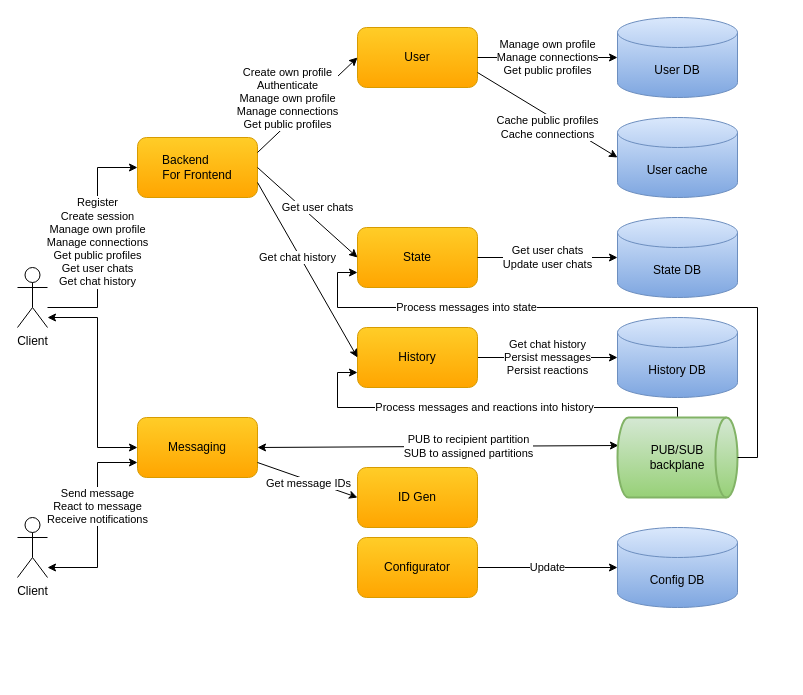
Above: docs/diagrams/cecochat-01-overall.drawio in cvetomir-todorov/CecoChat (draw.io), before the change. Source tidied: cells renumbered, new cells numbered last; positions are measured from the earlier drawing's top-left corner, leaving out a move shared by most shapes. Both pictures are drawn from the tidied source at 100%, with x=0, y=0 at pixel (17, 17).
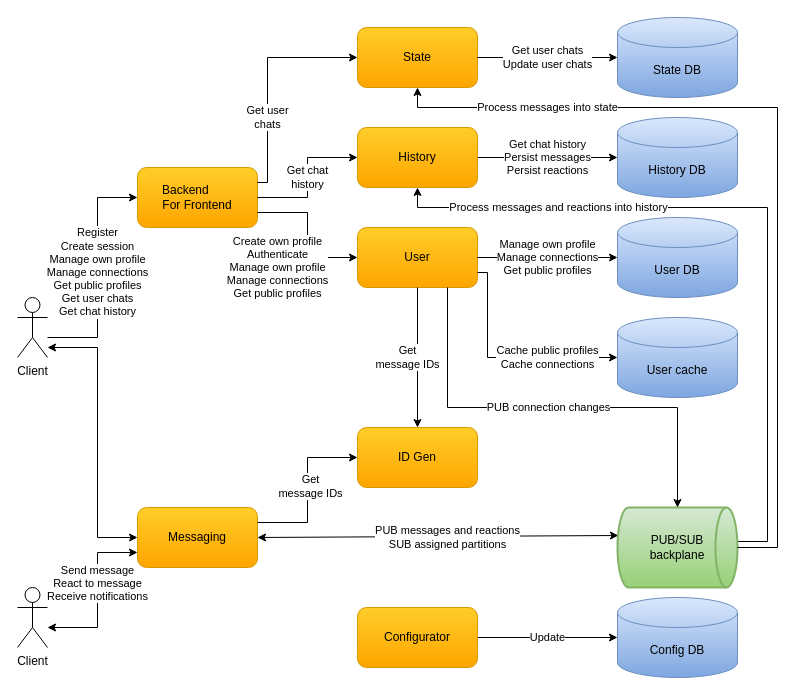
The same diagram, later.

Commit message (it also covers changes not shown here):
Update diagrams and images with the connections invite/approve/cancel/remove feature

Diff of the diagram source:
```diff
@@
     <mxCell id="2" style="edgeStyle=orthogonalEdgeStyle;rounded=0;jettySize=auto;html=1;entryX=0;entryY=0.5;entryDx=0;entryDy=0;startArrow=classic;startFill=1;" parent="1" edge="1" source="4" target="8">
       <mxGeometry relative="1" as="geometry">
         <Array as="points">
-          <mxPoint x="80" y="300" />
-          <mxPoint x="80" y="430" />
+          <mxPoint x="80" y="330" />
+          <mxPoint x="80" y="520" />
         </Array>
       </mxGeometry>
     </mxCell>
     <mxCell id="3" value="Register&lt;br&gt;Create session&lt;br&gt;Manage own&amp;nbsp;profile&lt;br&gt;Manage connections&lt;br&gt;Get public profiles&lt;br style=&quot;border-color: var(--border-color);&quot;&gt;Get user chats&lt;br&gt;Get chat history" style="edgeStyle=orthogonalEdgeStyle;rounded=0;jettySize=auto;html=1;entryX=0;entryY=0.5;entryDx=0;entryDy=0;" parent="1" edge="1" source="4" target="19">
       <mxGeometry relative="1" as="geometry">
         <Array as="points">
-          <mxPoint x="80" y="290" />
-          <mxPoint x="80" y="150" />
+          <mxPoint x="80" y="320" />
+          <mxPoint x="80" y="180" />
         </Array>
       </mxGeometry>
     </mxCell>
     <mxCell id="4" value="Client" style="shape=umlActor;verticalLabelPosition=bottom;verticalAlign=top;html=1;outlineConnect=0;" parent="1" vertex="1">
-      <mxGeometry y="250" width="30" height="60" as="geometry" />
+      <mxGeometry y="280" width="30" height="60" as="geometry" />
     </mxCell>
     <mxCell id="5" value="Send message&lt;br&gt;React to message&lt;br&gt;Receive notifications" style="edgeStyle=orthogonalEdgeStyle;rounded=0;jettySize=auto;html=1;entryX=0;entryY=0.75;entryDx=0;entryDy=0;startArrow=classic;startFill=1;" parent="1" edge="1" source="6" target="8">
       <mxGeometry x="0.14" relative="1" as="geometry">
         <Array as="points">
-          <mxPoint x="80" y="550" />
-          <mxPoint x="80" y="445" />
+          <mxPoint x="80" y="610" />
+          <mxPoint x="80" y="535" />
         </Array>
       </mxGeometry>
     </mxCell>
     <mxCell id="6" value="Client" style="shape=umlActor;verticalLabelPosition=bottom;verticalAlign=top;html=1;outlineConnect=0;" parent="1" vertex="1">
-      <mxGeometry y="500" width="30" height="60" as="geometry" />
+      <mxGeometry y="570" width="30" height="60" as="geometry" />
     </mxCell>
-    <mxCell id="7" value="PUB to recipient partition&lt;br&gt;&lt;div&gt;SUB to assigned partitions&lt;/div&gt;" style="rounded=0;jettySize=auto;html=1;entryX=0.008;entryY=0.35;entryDx=0;entryDy=0;entryPerimeter=0;startArrow=classic;startFill=1;exitX=1;exitY=0.5;exitDx=0;exitDy=0;" parent="1" edge="1" source="8" target="10">
-      <mxGeometry x="0.17" relative="1" as="geometry" />
+    <mxCell id="7" value="PUB messages and reactions&lt;br&gt;&lt;div&gt;SUB assigned partitions&lt;/div&gt;" style="rounded=0;jettySize=auto;html=1;entryX=0.008;entryY=0.35;entryDx=0;entryDy=0;entryPerimeter=0;startArrow=classic;startFill=1;exitX=1;exitY=0.5;exitDx=0;exitDy=0;" parent="1" edge="1" source="8" target="10">
+      <mxGeometry x="0.05" y="-1" relative="1" as="geometry" />
     </mxCell>
     <mxCell id="8" value="&lt;font style=&quot;font-size: 12px&quot;&gt;Messaging&lt;/font&gt;" style="rounded=1;whiteSpace=wrap;html=1;gradientColor=#ffa500;fillColor=#ffcd28;strokeColor=#d79b00;" parent="1" vertex="1">
-      <mxGeometry x="120" y="400" width="120" height="60" as="geometry" />
+      <mxGeometry x="120" y="490" width="120" height="60" as="geometry" />
     </mxCell>
-    <mxCell id="9" value="Process messages and reactions into history" style="edgeStyle=orthogonalEdgeStyle;rounded=0;jettySize=auto;html=1;entryX=0;entryY=0.75;entryDx=0;entryDy=0;exitX=0.5;exitY=0;exitDx=0;exitDy=0;exitPerimeter=0;" parent="1" edge="1" source="10" target="16">
-      <mxGeometry relative="1" as="geometry">
+    <mxCell id="9" value="Process messages and reactions into history" style="edgeStyle=orthogonalEdgeStyle;rounded=0;jettySize=auto;html=1;entryX=0.5;entryY=1;entryDx=0;entryDy=0;" parent="1" edge="1" source="10" target="16">
+      <mxGeometry x="0.56" relative="1" as="geometry">
         <Array as="points">
-          <mxPoint x="660" y="390" />
-          <mxPoint x="320" y="390" />
-          <mxPoint x="320" y="355" />
+          <mxPoint x="750" y="524" />
+          <mxPoint x="750" y="190" />
+          <mxPoint x="400" y="190" />
         </Array>
       </mxGeometry>
     </mxCell>
     <mxCell id="10" value="PUB/SUB&lt;br&gt;backplane" style="strokeWidth=2;html=1;shape=mxgraph.flowchart.direct_data;whiteSpace=wrap;gradientColor=#97d077;fillColor=#d5e8d4;strokeColor=#82b366;" parent="1" vertex="1">
-      <mxGeometry x="600" y="400" width="120" height="80" as="geometry" />
+      <mxGeometry x="600" y="490" width="120" height="80" as="geometry" />
     </mxCell>
     <mxCell id="11" value="History DB" style="shape=cylinder3;whiteSpace=wrap;html=1;boundedLbl=1;backgroundOutline=1;size=15;gradientColor=#7ea6e0;fillColor=#dae8fc;strokeColor=#6c8ebf;" parent="1" vertex="1">
-      <mxGeometry x="600" y="300" width="120" height="80" as="geometry" />
+      <mxGeometry x="600" y="100" width="120" height="80" as="geometry" />
     </mxCell>
@@
     <mxCell id="14" value="Configurator" style="rounded=1;whiteSpace=wrap;html=1;gradientColor=#ffa500;fillColor=#ffcd28;strokeColor=#d79b00;" parent="1" vertex="1">
-      <mxGeometry x="340" y="520" width="120" height="60" as="geometry" />
+      <mxGeometry x="340" y="590" width="120" height="60" as="geometry" />
     </mxCell>
     <mxCell id="15" value="Config DB" style="shape=cylinder3;whiteSpace=wrap;html=1;boundedLbl=1;backgroundOutline=1;size=15;gradientColor=#7ea6e0;fillColor=#dae8fc;strokeColor=#6c8ebf;" parent="1" vertex="1">
-      <mxGeometry x="600" y="510" width="120" height="80" as="geometry" />
+      <mxGeometry x="600" y="580" width="120" height="80" as="geometry" />
     </mxCell>
     <mxCell id="16" value="&lt;font style=&quot;font-size: 12px&quot;&gt;History&lt;/font&gt;" style="rounded=1;whiteSpace=wrap;html=1;gradientColor=#ffa500;fillColor=#ffcd28;strokeColor=#d79b00;" parent="1" vertex="1">
-      <mxGeometry x="340" y="310" width="120" height="60" as="geometry" />
+      <mxGeometry x="340" y="110" width="120" height="60" as="geometry" />
     </mxCell>
     <mxCell id="17" value="&lt;font style=&quot;font-size: 12px&quot;&gt;ID Gen&lt;/font&gt;" style="rounded=1;whiteSpace=wrap;html=1;gradientColor=#ffa500;fillColor=#ffcd28;strokeColor=#d79b00;" parent="1" vertex="1">
-      <mxGeometry x="340" y="450" width="120" height="60" as="geometry" />
+      <mxGeometry x="340" y="410" width="120" height="60" as="geometry" />
     </mxCell>
-    <mxCell id="18" value="Get message IDs" style="endArrow=classic;html=1;exitX=1;exitY=0.75;exitDx=0;exitDy=0;entryX=0;entryY=0.5;entryDx=0;entryDy=0;" parent="1" edge="1" source="8" target="17">
+    <mxCell id="18" value="Get&lt;br&gt;message IDs" style="endArrow=classic;html=1;exitX=1;exitY=0.25;exitDx=0;exitDy=0;entryX=0;entryY=0.5;entryDx=0;entryDy=0;rounded=0;edgeStyle=orthogonalEdgeStyle;" parent="1" edge="1" source="8" target="17">
       <mxGeometry x="0.04" y="-3" relative="1" as="geometry" />
     </mxCell>
     <mxCell id="19" value="&lt;font style=&quot;font-size: 12px&quot;&gt;Backend&amp;nbsp; &amp;nbsp; &amp;nbsp; &amp;nbsp;&lt;br&gt;For Frontend&lt;/font&gt;" style="rounded=1;whiteSpace=wrap;html=1;gradientColor=#ffa500;fillColor=#ffcd28;strokeColor=#d79b00;" parent="1" vertex="1">
-      <mxGeometry x="120" y="120" width="120" height="60" as="geometry" />
+      <mxGeometry x="120" y="150" width="120" height="60" as="geometry" />
     </mxCell>
     <mxCell id="20" value="State DB" style="shape=cylinder3;whiteSpace=wrap;html=1;boundedLbl=1;backgroundOutline=1;size=15;gradientColor=#7ea6e0;fillColor=#dae8fc;strokeColor=#6c8ebf;" parent="1" vertex="1">
-      <mxGeometry x="600" y="200" width="120" height="80" as="geometry" />
+      <mxGeometry x="600" width="120" height="80" as="geometry" />
     </mxCell>
     <mxCell id="21" value="&lt;font style=&quot;font-size: 12px&quot;&gt;State&lt;/font&gt;" style="rounded=1;whiteSpace=wrap;html=1;gradientColor=#ffa500;fillColor=#ffcd28;strokeColor=#d79b00;" parent="1" vertex="1">
-      <mxGeometry x="340" y="210" width="120" height="60" as="geometry" />
+      <mxGeometry x="340" y="10" width="120" height="60" as="geometry" />
     </mxCell>
-    <mxCell id="22" value="Process messages into state" style="edgeStyle=orthogonalEdgeStyle;rounded=0;jettySize=auto;html=1;entryX=0;entryY=0.75;entryDx=0;entryDy=0;exitX=1;exitY=0.5;exitDx=0;exitDy=0;exitPerimeter=0;" parent="1" edge="1" source="10" target="21">
-      <mxGeometry x="0.43" relative="1" as="geometry">
+    <mxCell id="22" value="Process messages into state" style="edgeStyle=orthogonalEdgeStyle;rounded=0;jettySize=auto;html=1;entryX=0.5;entryY=1;entryDx=0;entryDy=0;exitX=1;exitY=0.5;exitDx=0;exitDy=0;exitPerimeter=0;" parent="1" edge="1" source="10" target="21">
+      <mxGeometry x="0.65" relative="1" as="geometry">
         <Array as="points">
-          <mxPoint x="740" y="440" />
-          <mxPoint x="740" y="290" />
-          <mxPoint x="320" y="290" />
-          <mxPoint x="320" y="255" />
+          <mxPoint x="760" y="530" />
+          <mxPoint x="760" y="90" />
+          <mxPoint x="400" y="90" />
         </Array>
       </mxGeometry>
     </mxCell>
@@
-    <mxCell id="24" value="Get chat history" style="endArrow=classic;html=1;exitX=1;exitY=0.75;exitDx=0;exitDy=0;entryX=0;entryY=0.5;entryDx=0;entryDy=0;" parent="1" edge="1" source="19" target="16">
-      <mxGeometry x="-0.16" y="-2" relative="1" as="geometry" />
+    <mxCell id="24" value="Get chat&lt;br&gt;history" style="endArrow=classic;html=1;exitX=1;exitY=0.5;exitDx=0;exitDy=0;entryX=0;entryY=0.5;entryDx=0;entryDy=0;rounded=0;edgeStyle=orthogonalEdgeStyle;" parent="1" edge="1" source="19" target="16">
+      <mxGeometry relative="1" as="geometry" />
     </mxCell>
-    <mxCell id="25" value="Get user chats" style="endArrow=classic;html=1;entryX=0;entryY=0.5;entryDx=0;entryDy=0;exitX=1;exitY=0.5;exitDx=0;exitDy=0;" parent="1" edge="1" source="19" target="21">
-      <mxGeometry x="0.06" y="10" relative="1" as="geometry">
-        <mxPoint x="1" as="offset" />
+    <mxCell id="25" value="Get user&lt;br&gt;chats" style="endArrow=classic;html=1;entryX=0;entryY=0.5;entryDx=0;entryDy=0;exitX=1;exitY=0.25;exitDx=0;exitDy=0;edgeStyle=orthogonalEdgeStyle;rounded=0;" parent="1" edge="1" source="19" target="21">
+      <mxGeometry x="-0.33" relative="1" as="geometry">
+        <Array as="points">
+          <mxPoint x="250" y="165" />
+          <mxPoint x="250" y="40" />
+        </Array>
       </mxGeometry>
     </mxCell>
     <mxCell id="26" value="&lt;font style=&quot;font-size: 12px&quot;&gt;User&lt;/font&gt;" style="rounded=1;whiteSpace=wrap;html=1;gradientColor=#ffa500;fillColor=#ffcd28;strokeColor=#d79b00;" parent="1" vertex="1">
-      <mxGeometry x="340" y="10" width="120" height="60" as="geometry" />
+      <mxGeometry x="340" y="210" width="120" height="60" as="geometry" />
     </mxCell>
     <mxCell id="27" value="User DB" style="shape=cylinder3;whiteSpace=wrap;html=1;boundedLbl=1;backgroundOutline=1;size=15;gradientColor=#7ea6e0;fillColor=#dae8fc;strokeColor=#6c8ebf;" parent="1" vertex="1">
-      <mxGeometry x="600" width="120" height="80" as="geometry" />
+      <mxGeometry x="600" y="200" width="120" height="80" as="geometry" />
     </mxCell>
-    <mxCell id="28" value="&lt;font style=&quot;font-size: 11px&quot;&gt;Manage own profile&lt;br style=&quot;border-color: var(--border-color);&quot;&gt;Manage connections&lt;br&gt;Get public profiles&lt;br&gt;&lt;/font&gt;" style="rounded=0;jettySize=auto;html=1;entryX=0;entryY=0.5;entryDx=0;entryDy=0;entryPerimeter=0;startArrow=none;startFill=0;" parent="1" edge="1" target="27">
-      <mxGeometry relative="1" as="geometry">
-        <mxPoint x="460" y="40" as="sourcePoint" />
-      </mxGeometry>
+    <mxCell id="28" value="&lt;font style=&quot;font-size: 11px&quot;&gt;Manage own profile&lt;br style=&quot;border-color: var(--border-color);&quot;&gt;Manage connections&lt;br&gt;Get public profiles&lt;br&gt;&lt;/font&gt;" style="rounded=0;jettySize=auto;html=1;entryX=0;entryY=0.5;entryDx=0;entryDy=0;entryPerimeter=0;startArrow=none;startFill=0;exitX=1;exitY=0.5;exitDx=0;exitDy=0;edgeStyle=orthogonalEdgeStyle;" parent="1" edge="1" source="26" target="27">
+      <mxGeometry relative="1" as="geometry" />
     </mxCell>
-    <mxCell id="29" value="Create own profile&lt;br style=&quot;border-color: var(--border-color);&quot;&gt;Authenticate&lt;br style=&quot;border-color: var(--border-color);&quot;&gt;Manage own profile&lt;br style=&quot;border-color: var(--border-color);&quot;&gt;Manage connections&lt;br&gt;Get public profiles" style="endArrow=classic;html=1;entryX=0;entryY=0.5;entryDx=0;entryDy=0;exitX=1;exitY=0.25;exitDx=0;exitDy=0;" parent="1" edge="1" source="19" target="26">
-      <mxGeometry x="-0.14" y="19" relative="1" as="geometry" />
+    <mxCell id="29" value="Create own profile&lt;br style=&quot;border-color: var(--border-color);&quot;&gt;Authenticate&lt;br style=&quot;border-color: var(--border-color);&quot;&gt;Manage own profile&lt;br style=&quot;border-color: var(--border-color);&quot;&gt;Manage connections&lt;br&gt;Get public profiles" style="endArrow=classic;html=1;entryX=0;entryY=0.5;entryDx=0;entryDy=0;exitX=1;exitY=0.75;exitDx=0;exitDy=0;rounded=0;edgeStyle=orthogonalEdgeStyle;" parent="1" edge="1" source="19" target="26">
+      <mxGeometry x="0.31" y="-32" relative="1" as="geometry">
+        <Array as="points">
+          <mxPoint x="290" y="195" />
+          <mxPoint x="290" y="240" />
+        </Array>
+        <mxPoint x="-30" y="-22" as="offset" />
+      </mxGeometry>
     </mxCell>
     <mxCell id="30" value="User cache" style="shape=cylinder3;whiteSpace=wrap;html=1;boundedLbl=1;backgroundOutline=1;size=15;gradientColor=#7ea6e0;fillColor=#dae8fc;strokeColor=#6c8ebf;" parent="1" vertex="1">
-      <mxGeometry x="600" y="100" width="120" height="80" as="geometry" />
+      <mxGeometry x="600" y="300" width="120" height="80" as="geometry" />
     </mxCell>
-    <mxCell id="31" value="Cache public profiles&lt;br style=&quot;border-color: var(--border-color);&quot;&gt;Cache connections" style="rounded=0;jettySize=auto;html=1;entryX=0;entryY=0.5;entryDx=0;entryDy=0;entryPerimeter=0;exitX=1;exitY=0.75;exitDx=0;exitDy=0;" parent="1" edge="1" source="26" target="30">
-      <mxGeometry x="0.08" y="-11" relative="1" as="geometry" />
+    <mxCell id="31" value="Cache public profiles&lt;br style=&quot;border-color: var(--border-color);&quot;&gt;Cache connections" style="rounded=0;jettySize=auto;html=1;entryX=0;entryY=0.5;entryDx=0;entryDy=0;entryPerimeter=0;exitX=1;exitY=0.75;exitDx=0;exitDy=0;edgeStyle=orthogonalEdgeStyle;" parent="1" edge="1" source="26" target="30">
+      <mxGeometry x="0.38" relative="1" as="geometry">
+        <Array as="points">
+          <mxPoint x="470" y="255" />
+          <mxPoint x="470" y="340" />
+        </Array>
+      </mxGeometry>
     </mxCell>
+    <mxCell id="32" value="Get&lt;br&gt;message IDs" style="endArrow=classic;html=1;exitX=0.5;exitY=1;exitDx=0;exitDy=0;rounded=0;edgeStyle=orthogonalEdgeStyle;entryX=0.5;entryY=0;entryDx=0;entryDy=0;" parent="1" edge="1" source="26" target="17">
+      <mxGeometry y="-10" relative="1" as="geometry" />
+    </mxCell>
+    <mxCell id="33" value="PUB connection changes" style="endArrow=classic;html=1;entryX=0.5;entryY=0;entryDx=0;entryDy=0;rounded=0;edgeStyle=orthogonalEdgeStyle;entryPerimeter=0;exitX=0.75;exitY=1;exitDx=0;exitDy=0;" parent="1" edge="1" source="26" target="10">
+      <mxGeometry x="-0.02" relative="1" as="geometry">
+        <Array as="points">
+          <mxPoint x="430" y="390" />
+          <mxPoint x="660" y="390" />
+        </Array>
+      </mxGeometry>
+    </mxCell>
```
